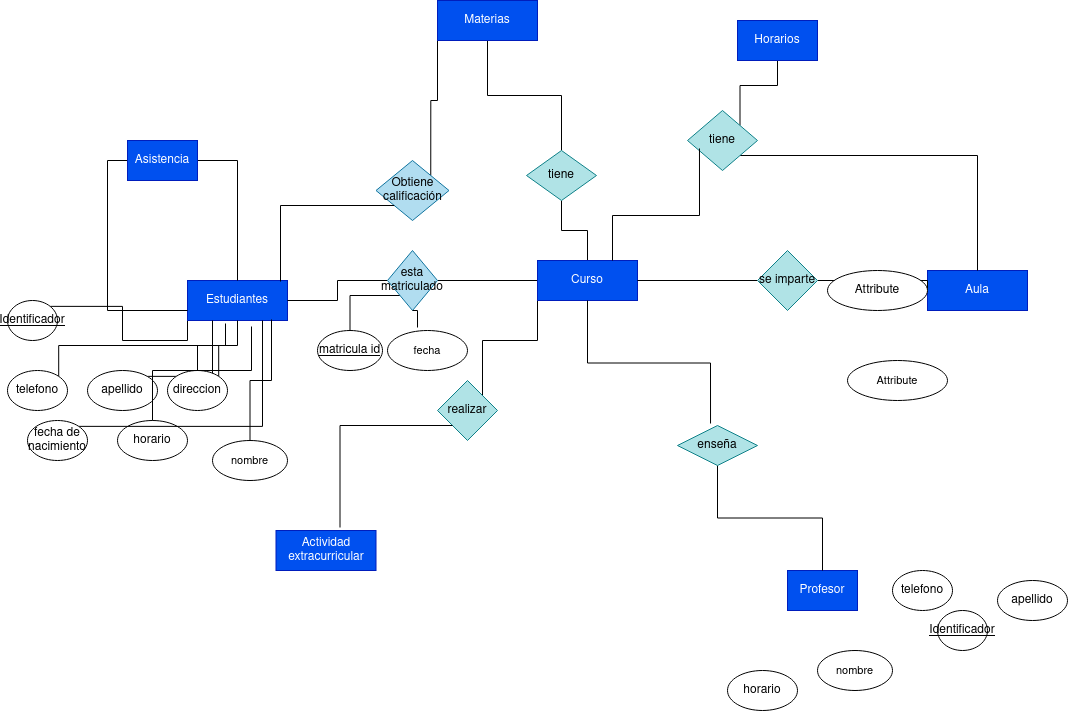
Above: Unidad-1/Tareas/Tareas entregables - Tarea 1/Tarea entregable - 1.drawio.png in CRhernandez1/base-datos (draw.io), before the change. Source tidied: cells renumbered, new cells last; positions are measured from the earlier drawing's top-left corner, leaving out a move shared by most shapes.
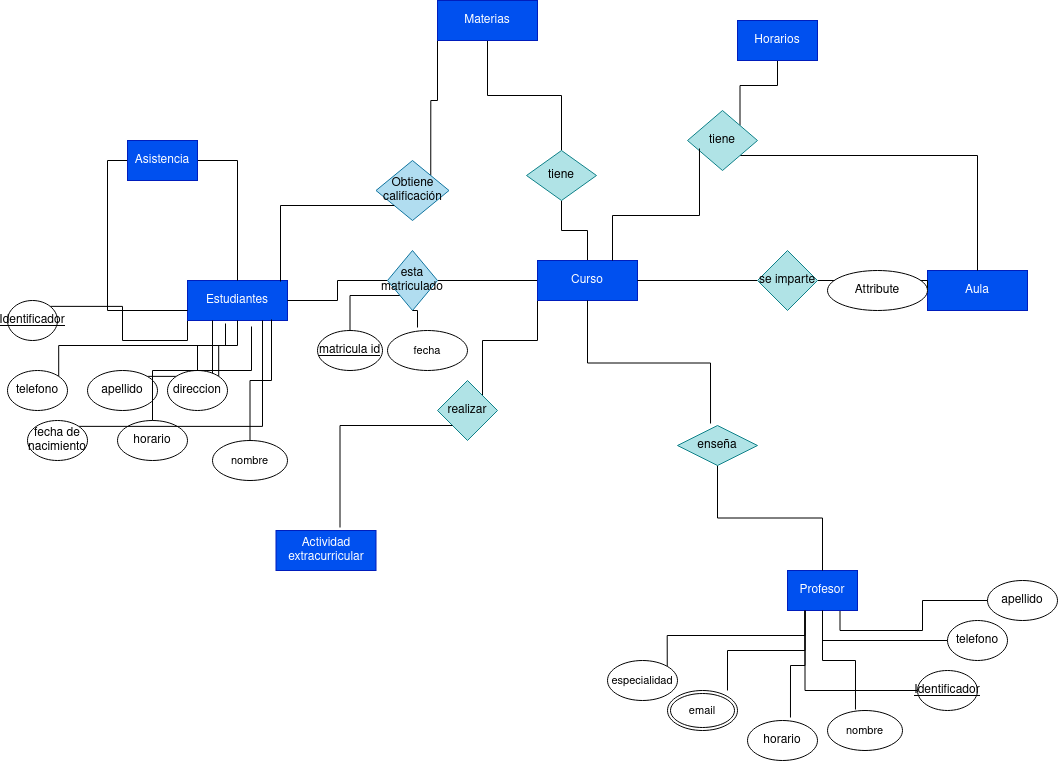
The same diagram one commit later.

Change to the diagram source:
```diff
@@ -32,6 +32,18 @@
     <mxCell id="11" value="esta matriculado" style="shape=rhombus;perimeter=rhombusPerimeter;whiteSpace=wrap;html=1;align=center;fillColor=#b1ddf0;strokeColor=#10739e;" parent="1" vertex="1">
       <mxGeometry x="380" y="250" width="50" height="60" as="geometry" />
     </mxCell>
+    <mxCell id="60" style="edgeStyle=orthogonalEdgeStyle;shape=connector;rounded=0;jettySize=auto;html=1;exitX=0.25;exitY=1;exitDx=0;exitDy=0;entryX=1;entryY=0;entryDx=0;entryDy=0;labelBackgroundColor=default;strokeColor=default;align=center;verticalAlign=middle;fontFamily=Helvetica;fontSize=11;fontColor=default;endArrow=none;endFill=0;" parent="1" edge="1" source="12" target="50">
+      <mxGeometry relative="1" as="geometry" />
+    </mxCell>
+    <mxCell id="61" style="edgeStyle=orthogonalEdgeStyle;shape=connector;rounded=0;jettySize=auto;html=1;exitX=0.75;exitY=1;exitDx=0;exitDy=0;labelBackgroundColor=default;strokeColor=default;align=center;verticalAlign=middle;fontFamily=Helvetica;fontSize=11;fontColor=default;endArrow=none;endFill=0;" parent="1" edge="1" source="12" target="55">
+      <mxGeometry relative="1" as="geometry" />
+    </mxCell>
+    <mxCell id="62" style="edgeStyle=orthogonalEdgeStyle;shape=connector;rounded=0;jettySize=auto;html=1;exitX=0.5;exitY=1;exitDx=0;exitDy=0;entryX=0;entryY=0.5;entryDx=0;entryDy=0;labelBackgroundColor=default;strokeColor=default;align=center;verticalAlign=middle;fontFamily=Helvetica;fontSize=11;fontColor=default;endArrow=none;endFill=0;" parent="1" edge="1" source="12" target="58">
+      <mxGeometry relative="1" as="geometry" />
+    </mxCell>
+    <mxCell id="63" style="edgeStyle=orthogonalEdgeStyle;shape=connector;rounded=0;jettySize=auto;html=1;exitX=0.25;exitY=1;exitDx=0;exitDy=0;entryX=0;entryY=0.5;entryDx=0;entryDy=0;labelBackgroundColor=default;strokeColor=default;align=center;verticalAlign=middle;fontFamily=Helvetica;fontSize=11;fontColor=default;endArrow=none;endFill=0;" parent="1" edge="1" source="12" target="54">
+      <mxGeometry relative="1" as="geometry" />
+    </mxCell>
     <mxCell id="12" value="&lt;div&gt;Profesor&lt;/div&gt;" style="whiteSpace=wrap;html=1;align=center;fillColor=#0050ef;strokeColor=#001DBC;fontColor=#ffffff;" parent="1" vertex="1">
       <mxGeometry x="780" y="570" width="70" height="40" as="geometry" />
     </mxCell>
@@ -155,8 +167,8 @@
     <mxCell id="49" style="edgeStyle=orthogonalEdgeStyle;shape=connector;rounded=0;jettySize=auto;html=1;exitX=0.5;exitY=0;exitDx=0;exitDy=0;entryX=0.64;entryY=1.15;entryDx=0;entryDy=0;entryPerimeter=0;labelBackgroundColor=default;strokeColor=default;align=center;verticalAlign=middle;fontFamily=Helvetica;fontSize=11;fontColor=default;endArrow=none;endFill=0;" parent="1" edge="1" source="42" target="8">
       <mxGeometry relative="1" as="geometry" />
     </mxCell>
-    <mxCell id="50" value="Attribute" style="ellipse;whiteSpace=wrap;html=1;align=center;fontFamily=Helvetica;fontSize=11;fontColor=default;" parent="1" vertex="1">
-      <mxGeometry x="840" y="360" width="100" height="40" as="geometry" />
+    <mxCell id="50" value="especialidad" style="ellipse;whiteSpace=wrap;html=1;align=center;fontFamily=Helvetica;fontSize=11;fontColor=default;" parent="1" vertex="1">
+      <mxGeometry x="600" y="660" width="70" height="40" as="geometry" />
     </mxCell>
     <mxCell id="51" value="nombre" style="ellipse;whiteSpace=wrap;html=1;align=center;fontFamily=Helvetica;fontSize=11;fontColor=default;" parent="1" vertex="1">
       <mxGeometry x="205" y="440" width="75" height="40" as="geometry" />
@@ -168,22 +180,34 @@
       <mxGeometry relative="1" as="geometry" />
     </mxCell>
     <mxCell id="54" value="Identificador" style="ellipse;whiteSpace=wrap;html=1;align=center;fontStyle=4;" parent="1" vertex="1">
-      <mxGeometry x="930" y="610" width="50" height="40" as="geometry" />
+      <mxGeometry x="910" y="670" width="60" height="40" as="geometry" />
     </mxCell>
     <mxCell id="55" value="apellido" style="ellipse;whiteSpace=wrap;html=1;align=center;" parent="1" vertex="1">
-      <mxGeometry x="990" y="580" width="70" height="40" as="geometry" />
+      <mxGeometry x="980" y="580" width="70" height="40" as="geometry" />
     </mxCell>
     <mxCell id="56" style="edgeStyle=orthogonalEdgeStyle;shape=connector;rounded=0;jettySize=auto;html=1;exitX=0.5;exitY=0;exitDx=0;exitDy=0;entryX=0.84;entryY=0.975;entryDx=0;entryDy=0;entryPerimeter=0;labelBackgroundColor=default;strokeColor=default;align=center;verticalAlign=middle;fontFamily=Helvetica;fontSize=11;fontColor=default;endArrow=none;endFill=0;" parent="1" edge="1" source="51" target="8">
       <mxGeometry relative="1" as="geometry" />
     </mxCell>
     <mxCell id="57" value="nombre" style="ellipse;whiteSpace=wrap;html=1;align=center;fontFamily=Helvetica;fontSize=11;fontColor=default;" parent="1" vertex="1">
-      <mxGeometry x="810" y="650" width="75" height="40" as="geometry" />
+      <mxGeometry x="820" y="710" width="75" height="40" as="geometry" />
     </mxCell>
     <mxCell id="58" value="telefono" style="ellipse;whiteSpace=wrap;html=1;align=center;" parent="1" vertex="1">
-      <mxGeometry x="885" y="570" width="60" height="40" as="geometry" />
+      <mxGeometry x="940" y="620" width="60" height="40" as="geometry" />
     </mxCell>
     <mxCell id="59" value="horario" style="ellipse;whiteSpace=wrap;html=1;align=center;" parent="1" vertex="1">
-      <mxGeometry x="720" y="670" width="70" height="40" as="geometry" />
+      <mxGeometry x="740" y="720" width="70" height="40" as="geometry" />
     </mxCell>
+    <mxCell id="64" value="email" style="ellipse;shape=doubleEllipse;margin=3;whiteSpace=wrap;html=1;align=center;fontFamily=Helvetica;fontSize=11;fontColor=default;" parent="1" vertex="1">
+      <mxGeometry x="660" y="690" width="70" height="40" as="geometry" />
+    </mxCell>
+    <mxCell id="65" style="edgeStyle=orthogonalEdgeStyle;shape=connector;rounded=0;jettySize=auto;html=1;exitX=0.5;exitY=1;exitDx=0;exitDy=0;entryX=0.373;entryY=-0.025;entryDx=0;entryDy=0;entryPerimeter=0;labelBackgroundColor=default;strokeColor=default;align=center;verticalAlign=middle;fontFamily=Helvetica;fontSize=11;fontColor=default;endArrow=none;endFill=0;" parent="1" edge="1" source="12" target="57">
+      <mxGeometry relative="1" as="geometry" />
+    </mxCell>
+    <mxCell id="66" style="edgeStyle=orthogonalEdgeStyle;shape=connector;rounded=0;jettySize=auto;html=1;exitX=0.25;exitY=1;exitDx=0;exitDy=0;entryX=0.614;entryY=-0.075;entryDx=0;entryDy=0;entryPerimeter=0;labelBackgroundColor=default;strokeColor=default;align=center;verticalAlign=middle;fontFamily=Helvetica;fontSize=11;fontColor=default;endArrow=none;endFill=0;" parent="1" edge="1" source="12" target="59">
+      <mxGeometry relative="1" as="geometry" />
+    </mxCell>
+    <mxCell id="67" style="edgeStyle=orthogonalEdgeStyle;shape=connector;rounded=0;jettySize=auto;html=1;exitX=0.25;exitY=1;exitDx=0;exitDy=0;entryX=0.857;entryY=0;entryDx=0;entryDy=0;entryPerimeter=0;labelBackgroundColor=default;strokeColor=default;align=center;verticalAlign=middle;fontFamily=Helvetica;fontSize=11;fontColor=default;endArrow=none;endFill=0;" parent="1" edge="1" source="12" target="64">
+      <mxGeometry relative="1" as="geometry" />
+    </mxCell>
   </root>
 </mxGraphModel>
```
